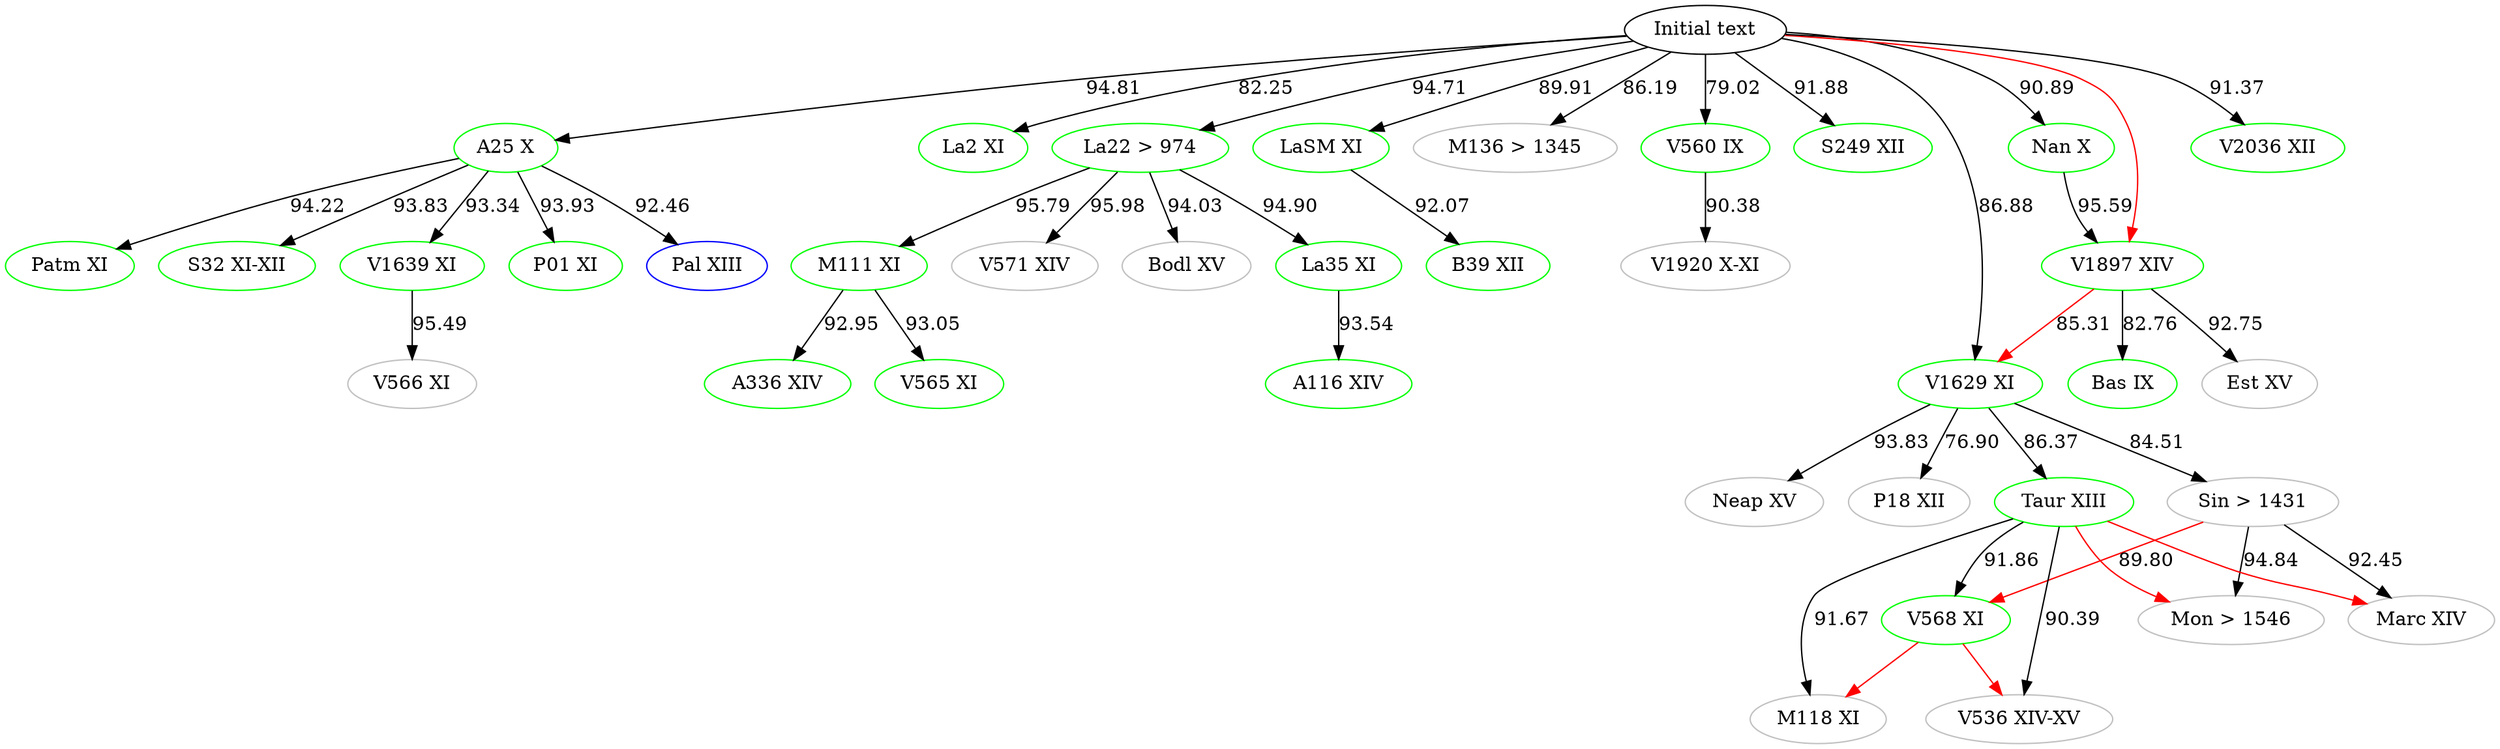
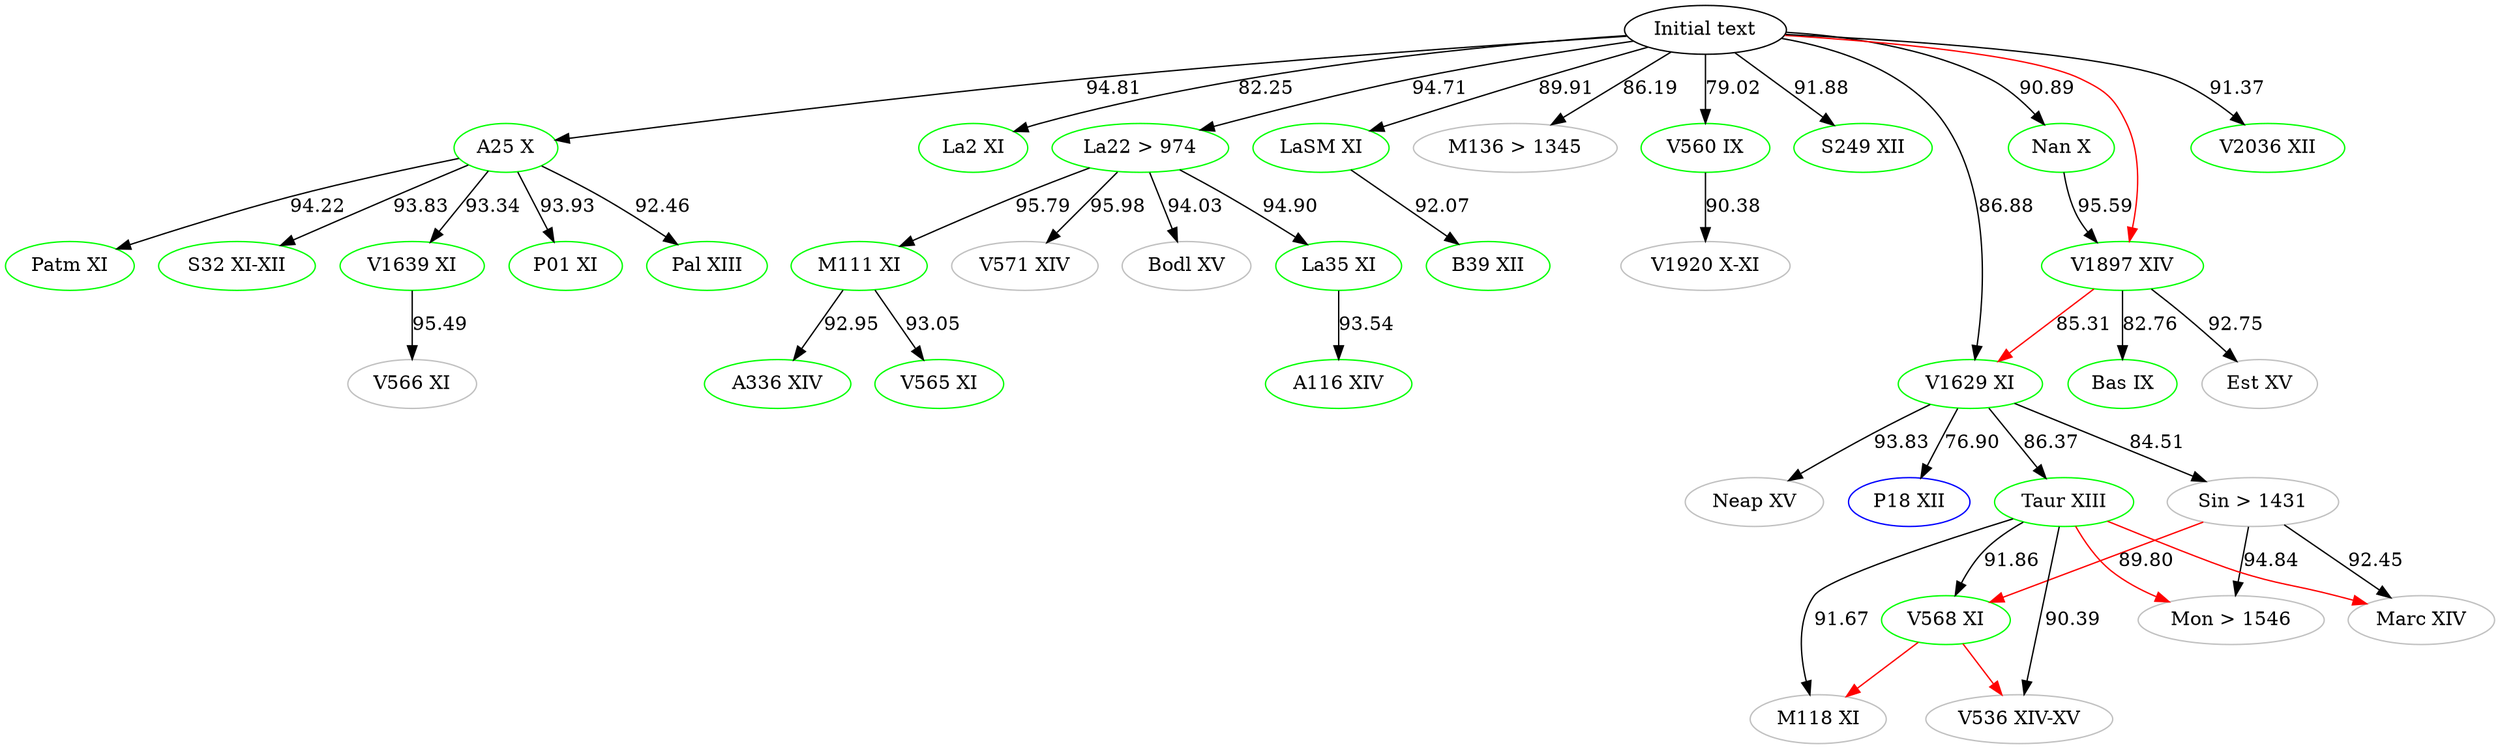
digraph {

    #Top [color="black", label="ω"]
    aBase [color="black", label="Initial text"]
    # Top [color="black", label="Initial text"]
	A116 [label="A116 XIV", color="green"]
	A25 [label="A25 X", color="green"]
	A336 [label="A336 XIV", color="green"]
	B39 [label="B39 XII", color="green"]
	Bas [label="Bas IX", color="green"]
	Bodl [label="Bodl XV", color="grey"]
	Est [label="Est XV", color="grey"]
	La2 [label="La2 XI", color="green"]
	La22 [label="La22 > 974", color="green"]
	La35 [label="La35 XI", color="green"]
	LaSM [label="LaSM XI", color="green"]
	M111 [label="M111 XI", color="green"]
    M118 [label="M118 XI", color="grey"]
    M136 [label="M136 > 1345", color="grey"]
    Marc [label="Marc XIV", color="grey"]
    Mon [label="Mon > 1546", color="grey"]
	Nan [label="Nan X", color="green"]
    Neap [label="Neap XV", color="grey"]
    P01 [label="P01 XI", color="green"]
-     P18 [label="P18 XII", color="grey"]
- 	Pal [label="Pal XIII", color="blue"]
+     P18 [label="P18 XII", color="blue"]
+ 	Pal [label="Pal XIII", color="green"]
	Patm [label="Patm XI", color="green"]
    Sin [label="Sin > 1431", color="grey"]
	S32 [label="S32 XI-XII", color="green"]
    S249 [label="S249 XII", color="green"]
    Taur [label="Taur XIII", color="green"]
    V536 [label="V536 XIV-XV", color="grey"]
	V560 [label="V560 IX", color="green"]
	V565 [label="V565 XI", color="green"]
	V566 [label="V566 XI", color="grey"]
	V568 [label="V568 XI", color="green"]
	V571 [label="V571 XIV", color="grey"]
    V1629 [label="V1629 XI", color="green"]
	V1639 [label="V1639 XI", color="green"]
	V1897 [label="V1897 XIV", color="green"]
	V1920 [label="V1920 X-XI", color="grey"]
    V2036 [label="V2036 XII", color="green"]




    #Top -> aBase
    aBase -> A25 [label="94.81"]
    aBase -> M136 [label="86.19"]
    aBase -> V2036 [label="91.37"]
    # V2036 -> Patm [label="91.14", color="blue"]
    aBase -> V1629 [label="86.88"]
    aBase -> V560[label="79.02"]
    aBase -> La2 [label="82.25"]
    aBase -> S249 [label="91.88"]
    aBase -> LaSM [label="89.91"]
	aBase -> La22 [label="94.71"]
    aBase -> Nan [label="90.89"]

	# A25 -> M136 [label="85.50"]
    # M136 -> A25 [label="85.50" color="blue"]
	A25 -> Pal [label="92.46"]
	A25 -> P01 [label="93.93"]
    A25 -> V1639 [label="93.34"]
    A25 -> S32 [label="93.83"]
    A25 -> Patm [label="94.22"]

    #A25 -> La2 [color="red"]
    #A25 -> V566[color="red"]
    #A25 -> LaSM[color="red"]
    #A25 -> La22[color="red"]
    #A25 -> M136[color="red"]
    #A25 -> Nan[color="red"]
    #A25 -> S249[color="red"]
    #A25 -> V2036[color="red"]

    #aBase -> P01 [color="red"]
    #aBase -> Pal [color="red"]
    #aBase -> Patm [color="red"]
    #aBase -> La35[color="red"]
    #aBase -> B39[color="red"]
    #aBase -> V1920[color="red"]
    aBase -> V1897[color="red"]
    #aBase -> Neap[color="red"]

    #Bodl -> V1639[color="red"]
    #Patm -> S32[color="red"]
    #Patm -> V560[color="red"]

    #La22 -> A116[color="red"]
    #La22 -> V565[color="red"]
    #La22 -> A336[color="red"]

    Taur -> Mon[color="red"]
    Taur -> Marc[color="red"]

    Sin -> V568[label="89.80" color="red"]

    V568 -> V536[color="red"]
    V568 -> M118[color="red"]

    #V571 -> Bodl[color="red"]
    #M111 -> V571[color="red"]
    #La35 -> M111[color="red"]
    V1897 -> V1629[label="85.31" color="red"]
    #Nan -> Bas[color="red"]
    #Nan -> Est[color="red"]
    #Neap -> Taur[color="red"]
    #Neap -> Sin[color="red"]
   #Neap -> P18[color="red"]




	V1639 -> V566 [label="95.49"]

	La22 -> La35 [label= "94.90"]
	La22 -> M111 [label="95.79"]
	La22 -> Bodl [label="94.03"]
    La22 -> V571 [label="95.98"]

	La35 -> A116 [label="93.54"]

	M111 -> V565 [label="93.05"]
	M111 -> A336 [label="92.95"]



	Sin -> Marc [label="92.45"]

	V1629 -> Neap [label="93.83"]
	V1629 -> Sin [label="84.51"]
	V1629 -> Taur [label="86.37"]
    V1629 -> P18 [label="76.90"]

	Taur -> V568 [label="91.86"]
	Taur -> M118 [label="91.67"]
	Taur -> V536 [label="90.39"]
    # Taur -> Marc [color="blue" label="91.96"]
    # Marc -> Mon [color="blue" label="94.12"]
	Sin -> Mon [label="94.84"]

	V560 -> V1920 [label="90.38"]

	V1897 -> Est [label="92.75"]
    V1897 -> Bas [label="82.76"]

    Nan -> V1897 [label="95.59"]



    LaSM -> B39 [label="92.07"]



}

